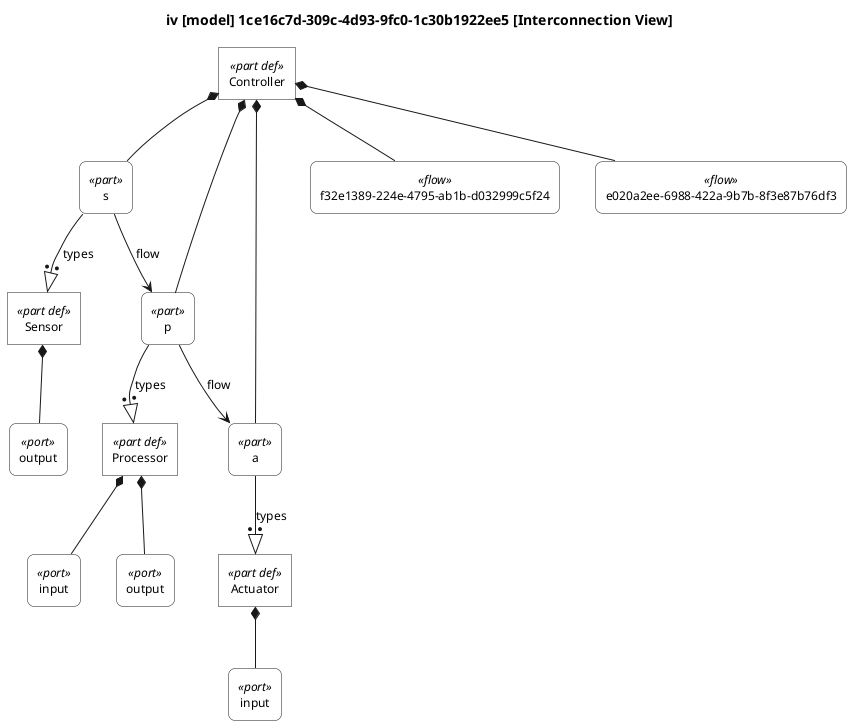
Above: docs/plantuml-examples/06-interconnection.png in mycr0ft/sysml2py (PlantUML), before the change.
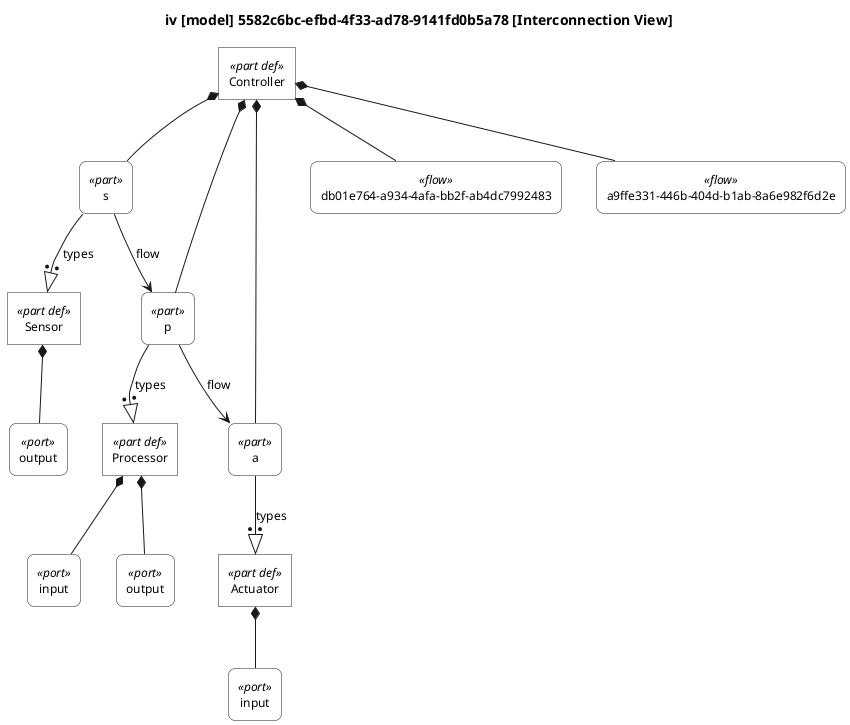
After the change.

Diff of the diagram source:
```diff
@@ -64,7 +64,7 @@
 
 top to bottom direction
 
-title iv [model] 1ce16c7d-309c-4d93-9fc0-1c30b1922ee5 [Interconnection View]
+title iv [model] 5582c6bc-efbd-4f33-ad78-9141fd0b5a78 [Interconnection View]
 
 hide circle
 
@@ -79,8 +79,8 @@
 rectangle "s" as E9 <<part>>
 rectangle "p" as E10 <<part>>
 rectangle "a" as E11 <<part>>
-rectangle "f32e1389-224e-4795-ab1b-d032999c5f24" as E12 <<flow>>
-rectangle "e020a2ee-6988-422a-9b7b-8f3e87b76df3" as E13 <<flow>>
+rectangle "db01e764-a934-4afa-bb2f-ab4dc7992483" as E12 <<flow>>
+rectangle "a9ffe331-446b-404d-b1ab-8a6e982f6d2e" as E13 <<flow>>
 
 E1 *-- E2
 E3 *-- E4
```
